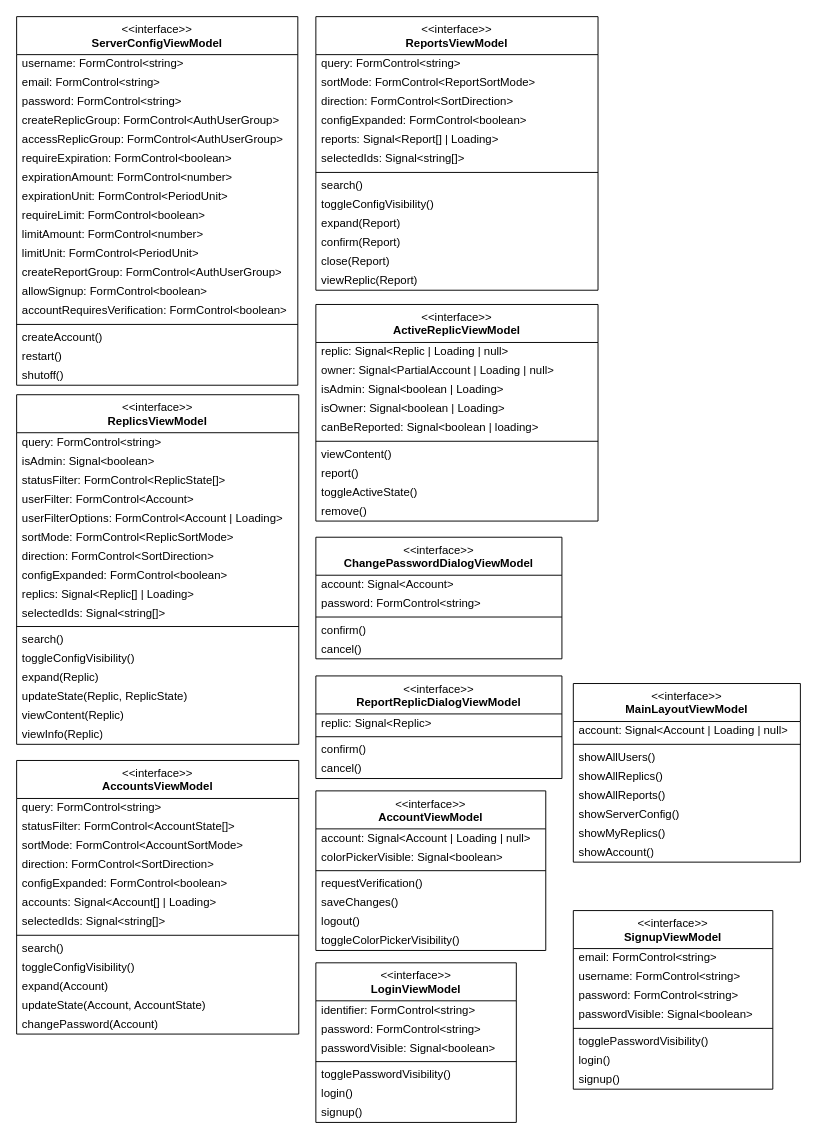
The draw.io diagram content/drawio/class/client/passive-viewmodel.drawio in replic-read/design, before the edit. Source tidied: cells renumbered, new cells numbered last; positions are measured from the earlier drawing's top-left corner, leaving out a move shared by most shapes. Both pictures are drawn from the tidied source at 95%, with x=0, y=0 at pixel (16, 16).
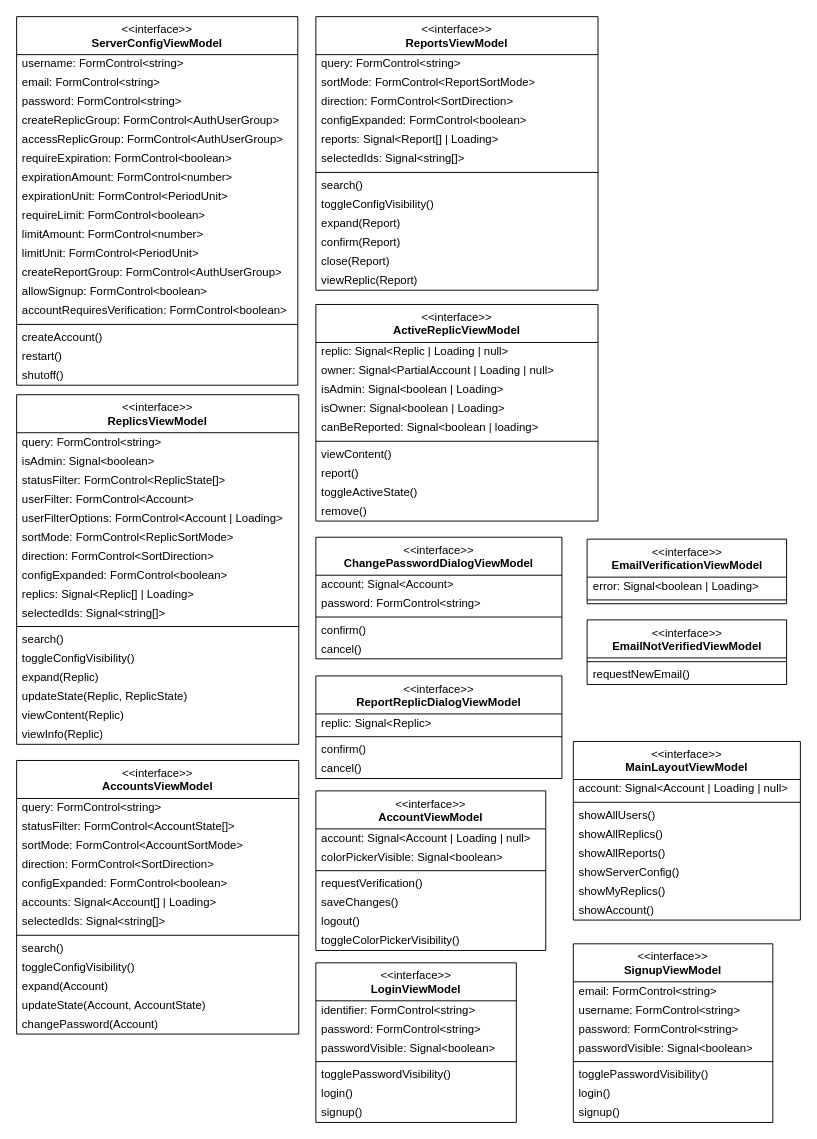
The same page after the edit.

Commit message (it also covers changes not shown here):
Added new viewmodel for email-verification related views

Diff of the diagram source:
```diff
@@
     <mxCell id="10" value="&amp;lt;&amp;lt;interface&amp;gt;&amp;gt;&lt;br&gt;&lt;b&gt;SignupViewModel&lt;/b&gt;" style="swimlane;fontStyle=0;align=center;verticalAlign=top;horizontal=1;startSize=40;html=1;whiteSpace=wrap;" parent="1" vertex="1">
-      <mxGeometry x="586" y="941" width="210" height="188" as="geometry" />
+      <mxGeometry x="586" y="976" width="210" height="188" as="geometry" />
     </mxCell>
@@
     <mxCell id="114" value="&amp;lt;&amp;lt;interface&amp;gt;&amp;gt;&lt;br&gt;&lt;b&gt;MainLayoutViewModel&lt;/b&gt;" style="swimlane;fontStyle=0;align=center;verticalAlign=top;horizontal=1;startSize=40;html=1;whiteSpace=wrap;" parent="1" vertex="1">
-      <mxGeometry x="586" y="702" width="239" height="188" as="geometry" />
+      <mxGeometry x="586" y="763" width="239" height="188" as="geometry" />
     </mxCell>
@@
+    <mxCell id="123" value="&amp;lt;&amp;lt;interface&amp;gt;&amp;gt;&lt;br&gt;&lt;b&gt;EmailVerificationViewModel&lt;/b&gt;" style="swimlane;fontStyle=0;align=center;verticalAlign=top;horizontal=1;startSize=40;html=1;whiteSpace=wrap;" parent="1" vertex="1">
+      <mxGeometry x="600.5" y="550" width="210" height="68" as="geometry" />
+    </mxCell>
+    <mxCell id="124" value="error: Signal&amp;lt;boolean | Loading&amp;gt;" style="text;html=1;strokeColor=none;fillColor=none;align=left;verticalAlign=middle;spacingLeft=4;spacingRight=4;overflow=hidden;whiteSpace=wrap;" parent="123" vertex="1">
+      <mxGeometry y="40" width="210" height="20" as="geometry" />
+    </mxCell>
+    <mxCell id="125" style="line;strokeWidth=1;fillColor=none;align=left;verticalAlign=middle;spacingTop=-1;spacingLeft=3;spacingRight=3;labelPosition=right;" parent="123" vertex="1">
+      <mxGeometry y="60" width="210" height="8" as="geometry" />
+    </mxCell>
+    <mxCell id="126" value="&amp;lt;&amp;lt;interface&amp;gt;&amp;gt;&lt;br&gt;&lt;b&gt;EmailNotVerifiedViewModel&lt;/b&gt;" style="swimlane;fontStyle=0;align=center;verticalAlign=top;horizontal=1;startSize=40;html=1;whiteSpace=wrap;" parent="1" vertex="1">
+      <mxGeometry x="600.5" y="635" width="210" height="68" as="geometry" />
+    </mxCell>
+    <mxCell id="127" style="line;strokeWidth=1;fillColor=none;align=left;verticalAlign=middle;spacingTop=-1;spacingLeft=3;spacingRight=3;labelPosition=right;" parent="126" vertex="1">
+      <mxGeometry y="40" width="210" height="8" as="geometry" />
+    </mxCell>
+    <mxCell id="128" value="requestNewEmail()" style="text;html=1;strokeColor=none;fillColor=none;align=left;verticalAlign=middle;spacingLeft=4;spacingRight=4;overflow=hidden;whiteSpace=wrap;" parent="126" vertex="1">
+      <mxGeometry y="48" width="210" height="20" as="geometry" />
+    </mxCell>
```
